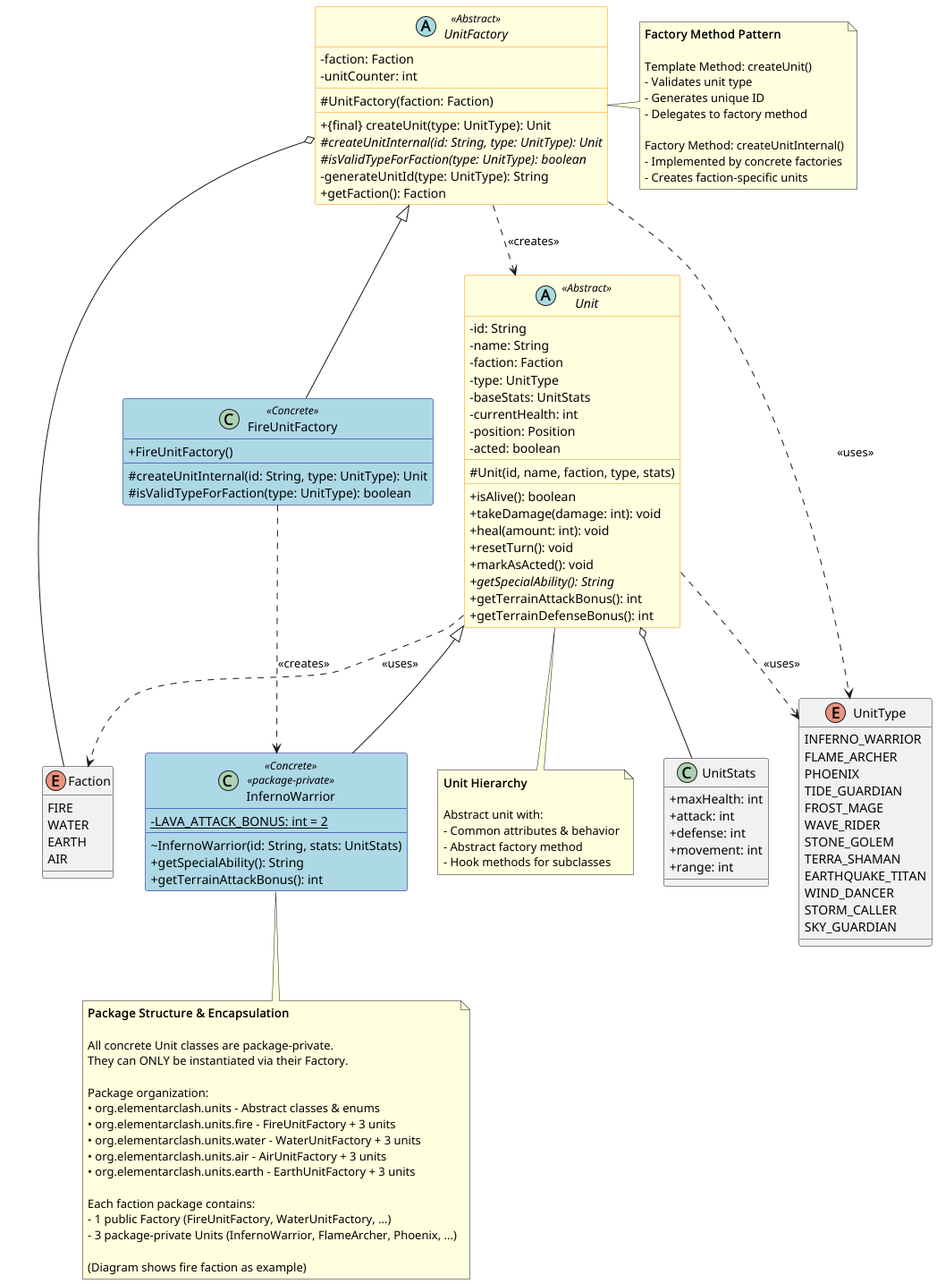
Earlier version of the PlantUML export docs/LaTeX/images/Factory_Method_Pattern___ElementarClash.png (mmukex/elementarClash).
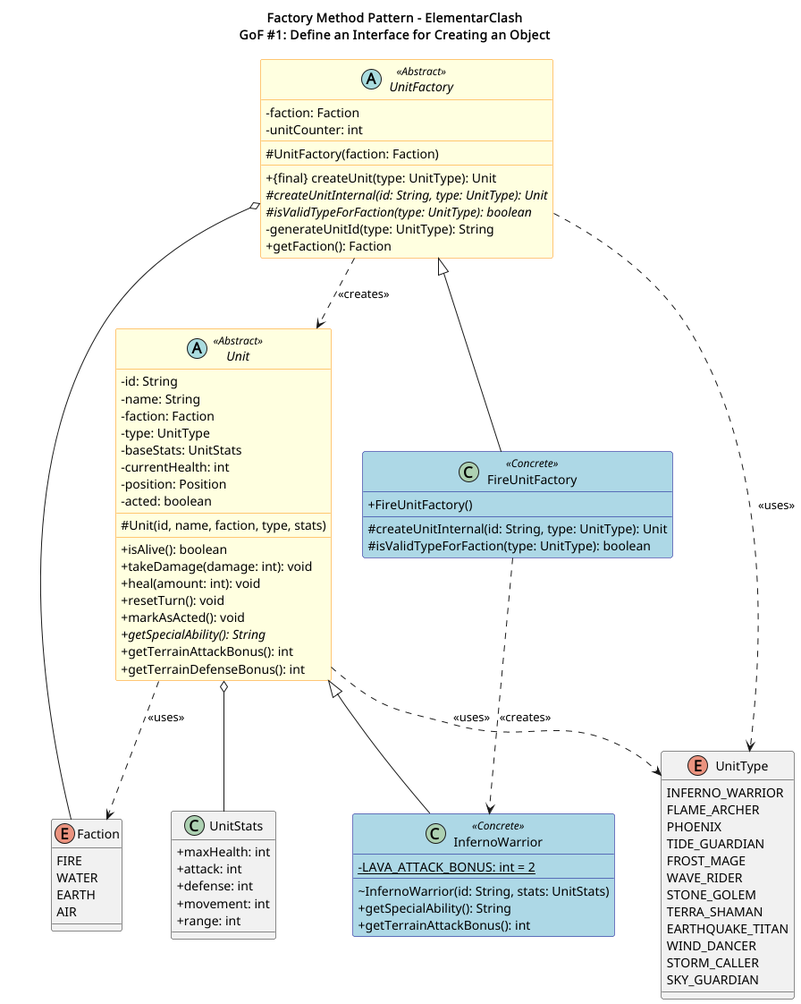
The same diagram one commit later.

What changed in the source:
```diff
@@ -1,7 +1,6 @@
 @startuml Factory Method Pattern - ElementarClash
 
 !define ABSTRACT_CLASS abstract class
-!define INTERFACE interface
 
 skinparam classAttributeIconSize 0
 skinparam shadowing false
@@ -11,6 +10,8 @@
     BackgroundColor<<Concrete>> LightBlue
     BorderColor<<Concrete>> DarkBlue
 }
+
+title Factory Method Pattern - ElementarClash\nGoF #1: Define an Interface for Creating an Object
 
 enum Faction {
     FIRE
@@ -84,7 +85,7 @@
     # isValidTypeForFaction(type: UnitType): boolean
 }
 
-class InfernoWarrior <<Concrete>> <<package-private>> {
+class InfernoWarrior <<Concrete>> {
     - {static} LAVA_ATTACK_BONUS: int = 2
     __
     ~ InfernoWarrior(id: String, stats: UnitStats)
@@ -93,7 +94,6 @@
 }
 
 UnitFactory <|-- FireUnitFactory
-
 Unit <|-- InfernoWarrior
 
 UnitFactory ..> Unit : <<creates>>
@@ -105,47 +105,4 @@
 Unit ..> Faction : <<uses>>
 Unit ..> UnitType : <<uses>>
 
-note right of UnitFactory
-  **Factory Method Pattern**
-
-  Template Method: createUnit()
-  - Validates unit type
-  - Generates unique ID
-  - Delegates to factory method
-
-  Factory Method: createUnitInternal()
-  - Implemented by concrete factories
-  - Creates faction-specific units
-end note
-
-note bottom of Unit
-  **Unit Hierarchy**
-
-  Abstract unit with:
-  - Common attributes & behavior
-  - Abstract factory method
-  - Hook methods for subclasses
-end note
-
-note bottom of InfernoWarrior
-  **Package Structure & Encapsulation**
-
-  All concrete Unit classes are package-private.
-  They can ONLY be instantiated via their Factory.
-
-  Package organization:
-  • org.elementarclash.units - Abstract classes & enums
-  • org.elementarclash.units.fire - FireUnitFactory + 3 units
-  • org.elementarclash.units.water - WaterUnitFactory + 3 units
-  • org.elementarclash.units.air - AirUnitFactory + 3 units
-  • org.elementarclash.units.earth - EarthUnitFactory + 3 units
-
-  Each faction package contains:
-  - 1 public Factory (FireUnitFactory, WaterUnitFactory, ...)
-  - 3 package-private Units (InfernoWarrior, FlameArcher, Phoenix, ...)
-
-  (Diagram shows fire faction as example)
-end note
-
-
 @enduml
```
